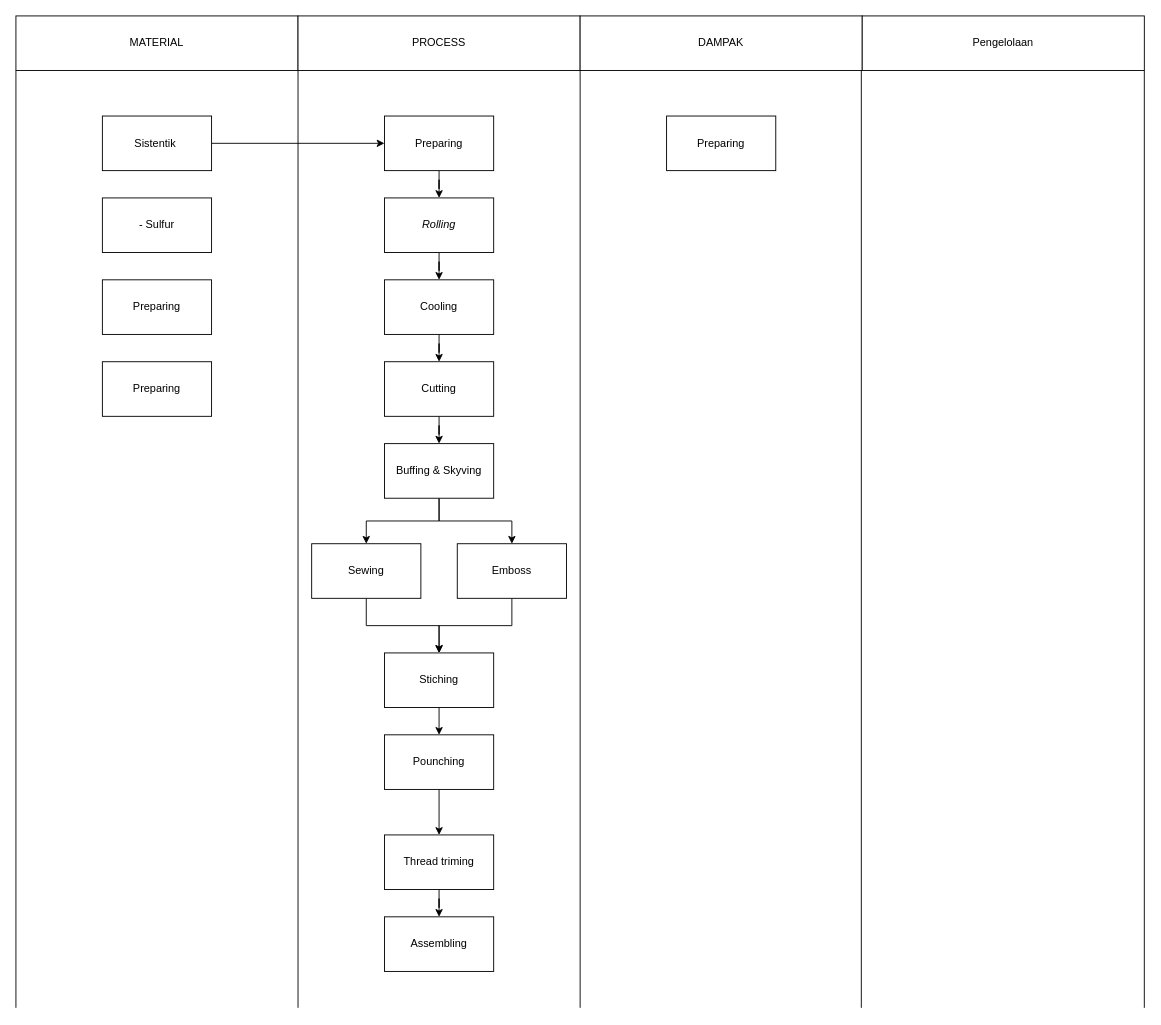
Above: Diagram Produksi SCI.drawio in famowoiii/api-bangkit (draw.io), before the change. Source tidied: cells renumbered, new cells numbered last; positions are measured from the earlier drawing's top-left corner, leaving out a move shared by most shapes. Both pictures are drawn from the tidied source at 91%, with x=0, y=0 at pixel (15, 15).
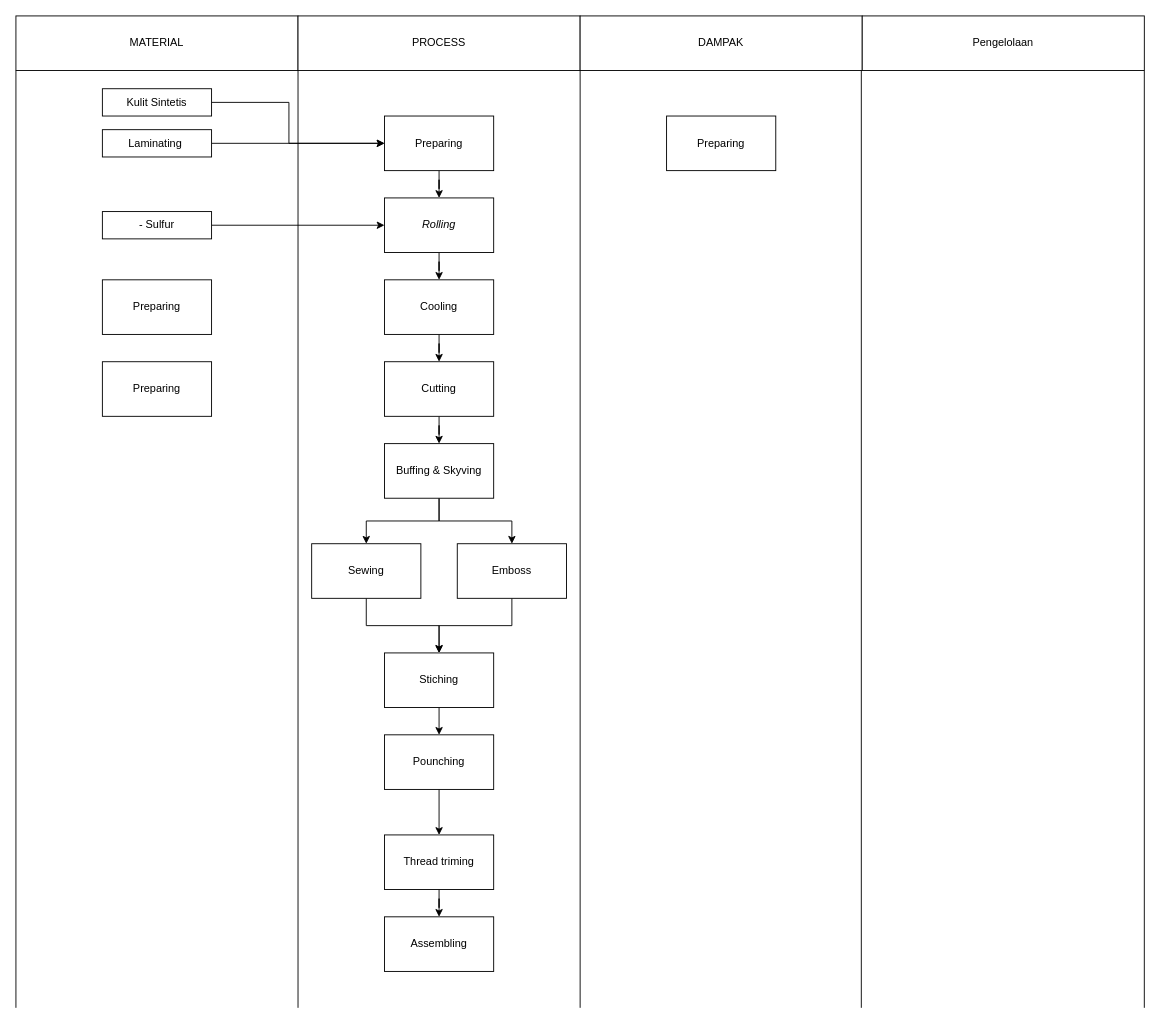
The same page after the edit.

Unchanged cells that the change refers to:
```xml
<mxCell id="3" value="Preparing" style="rounded=0;whiteSpace=wrap;html=1;" parent="1" vertex="1">
  <mxGeometry x="405" y="110" width="120" height="60" as="geometry" />
</mxCell>
<mxCell id="5" value="&lt;i&gt;Rolling&lt;/i&gt;" style="rounded=0;whiteSpace=wrap;html=1;" parent="1" vertex="1">
  <mxGeometry x="405" y="200" width="120" height="60" as="geometry" />
</mxCell>
```

Diff of the diagram source:
```diff
@@
     <mxCell id="25" style="edgeStyle=orthogonalEdgeStyle;rounded=0;jettySize=auto;html=1;exitX=1;exitY=0.5;exitDx=0;exitDy=0;entryX=0;entryY=0.5;entryDx=0;entryDy=0;defaultLabelBackgroundColor=page;" parent="1" edge="1" source="26" target="3">
-      <mxGeometry relative="1" as="geometry" />
+      <mxGeometry relative="1" as="geometry">
+        <Array as="points">
+          <mxPoint x="300" y="95" />
+          <mxPoint x="300" y="140" />
+        </Array>
+      </mxGeometry>
     </mxCell>
-    <mxCell id="26" value="Sistentik&amp;nbsp;" style="rounded=0;whiteSpace=wrap;html=1;" parent="1" vertex="1">
-      <mxGeometry x="95" y="110" width="120" height="60" as="geometry" />
+    <mxCell id="26" value="Kulit Sintetis" style="rounded=0;whiteSpace=wrap;html=1;" parent="1" vertex="1">
+      <mxGeometry x="95" y="80" width="120" height="30" as="geometry" />
     </mxCell>
@@
+    <mxCell id="39" style="edgeStyle=orthogonalEdgeStyle;rounded=0;jettySize=auto;html=1;exitX=1;exitY=0.5;exitDx=0;exitDy=0;entryX=0;entryY=0.5;entryDx=0;entryDy=0;defaultLabelBackgroundColor=page;" parent="1" edge="1" source="30" target="5">
+      <mxGeometry relative="1" as="geometry" />
+    </mxCell>
     <mxCell id="30" value="- Sulfur" style="rounded=0;whiteSpace=wrap;html=1;" parent="1" vertex="1">
-      <mxGeometry x="95" y="200" width="120" height="60" as="geometry" />
+      <mxGeometry x="95" y="215" width="120" height="30" as="geometry" />
     </mxCell>
@@
+    <mxCell id="40" style="edgeStyle=orthogonalEdgeStyle;rounded=0;jettySize=auto;html=1;exitX=1;exitY=0.5;exitDx=0;exitDy=0;entryX=0;entryY=0.5;entryDx=0;entryDy=0;defaultLabelBackgroundColor=page;" parent="1" edge="1" source="41" target="3">
+      <mxGeometry relative="1" as="geometry">
+        <Array as="points">
+          <mxPoint x="215" y="140" />
+        </Array>
+      </mxGeometry>
+    </mxCell>
+    <mxCell id="41" value="Laminating&amp;nbsp;" style="rounded=0;whiteSpace=wrap;html=1;" parent="1" vertex="1">
+      <mxGeometry x="95" y="125" width="120" height="30" as="geometry" />
+    </mxCell>
```
